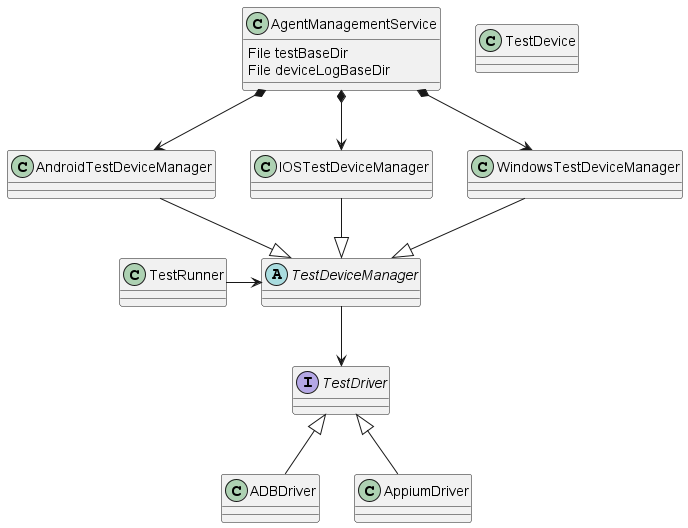
Before: docs/images/UML/agent_device_management_design.png, a diagram exported from PlantUML (microsoft/HydraLab). Its diagram source:
```plantuml
@startuml

class AgentManagementService {
    File testBaseDir
    File deviceLogBaseDir
}
class TestDevice
abstract class TestDeviceManager
class AndroidTestDeviceManager
class IOSTestDeviceManager
class WindowsTestDeviceManager

interface TestDriver

AndroidTestDeviceManager --|> TestDeviceManager
IOSTestDeviceManager --|> TestDeviceManager
WindowsTestDeviceManager --|> TestDeviceManager

AgentManagementService *--> AndroidTestDeviceManager
AgentManagementService *--> IOSTestDeviceManager
AgentManagementService *--> WindowsTestDeviceManager

TestDeviceManager --> TestDriver

ADBDriver -u-|> TestDriver
AppiumDriver -u-|> TestDriver

TestRunner -r-> TestDeviceManager
@enduml
```
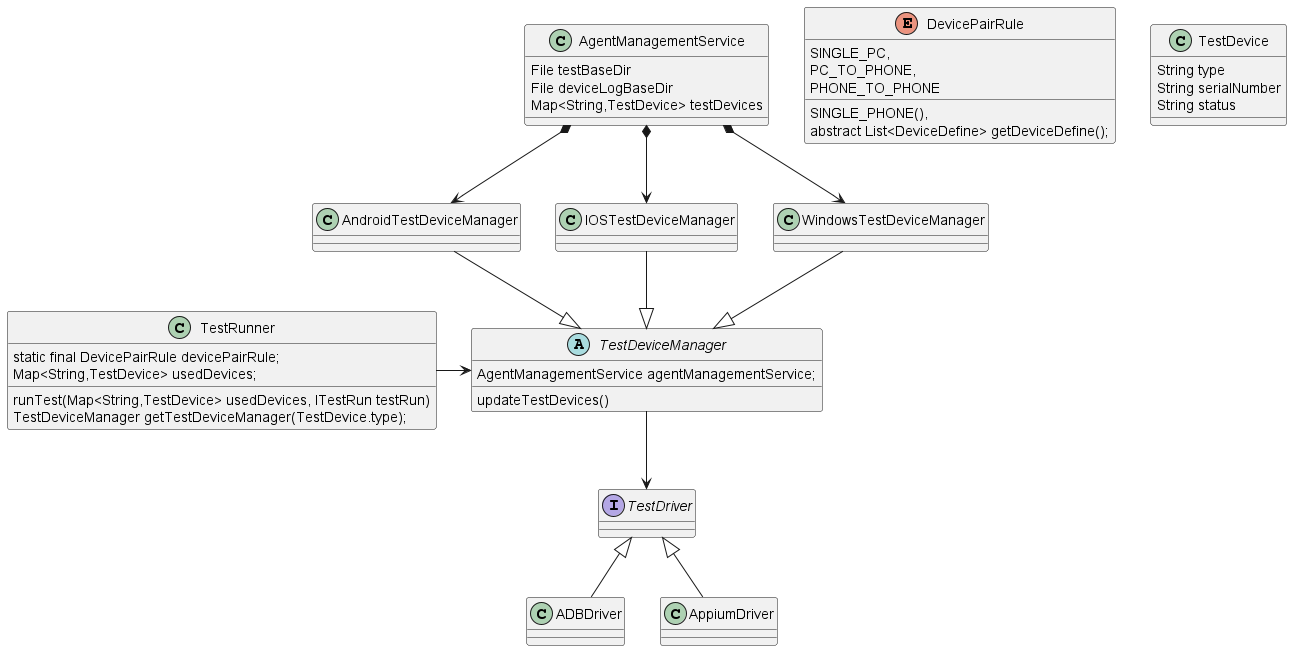
The same diagram one commit later.

Diff of the diagram source:
```diff
@@ -1,11 +1,26 @@
 @startuml
+enum DevicePairRule{
+    SINGLE_PHONE(),
+    SINGLE_PC,
+    PC_TO_PHONE,
+    PHONE_TO_PHONE
 
+    abstract List<DeviceDefine> getDeviceDefine();
+}
 class AgentManagementService {
     File testBaseDir
     File deviceLogBaseDir
+    Map<String,TestDevice> testDevices
 }
-class TestDevice
-abstract class TestDeviceManager
+class TestDevice{
+    String type
+    String serialNumber
+    String status
+}
+abstract class TestDeviceManager{
+    AgentManagementService agentManagementService;
+    updateTestDevices()
+}
 class AndroidTestDeviceManager
 class IOSTestDeviceManager
 class WindowsTestDeviceManager
@@ -25,5 +40,12 @@
 ADBDriver -u-|> TestDriver
 AppiumDriver -u-|> TestDriver
 
+class TestRunner{
+    static final DevicePairRule devicePairRule;
+    Map<String,TestDevice> usedDevices;
+    runTest(Map<String,TestDevice> usedDevices, ITestRun testRun)
+    TestDeviceManager getTestDeviceManager(TestDevice.type);
+}
+
 TestRunner -r-> TestDeviceManager
 @enduml
```
